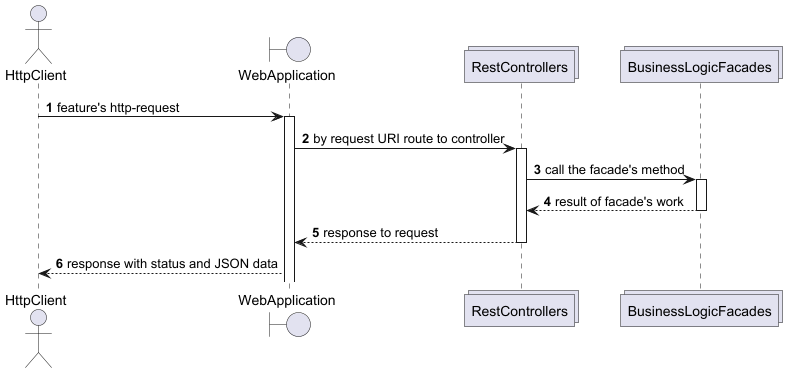
Earlier version of the PlantUML export endpoint/diagrams/Endpoints Layer Sequence Diagram.png (OlegSopilnyak/school-demo).
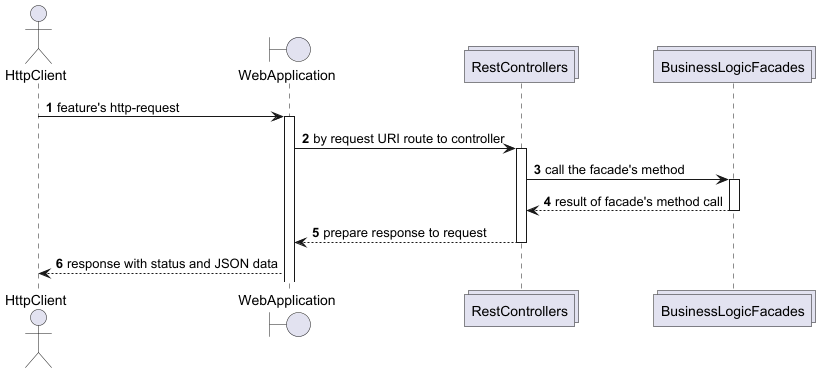
After the commit.

Commit message:
Document endpoint module added sequence diagram 2

The edit, as a diff of the source:
```diff
@@ -15,10 +15,10 @@
 controllers -> facades: call the facade's method
 activate facades
 
-facades --> controllers: result of facade's work
+facades --> controllers: result of facade's method call
 deactivate facades
 
-controllers --> gate: response to request
+controllers --> gate: prepare response to request
 deactivate controllers
 
 gate --> client: response with status and JSON data
```
